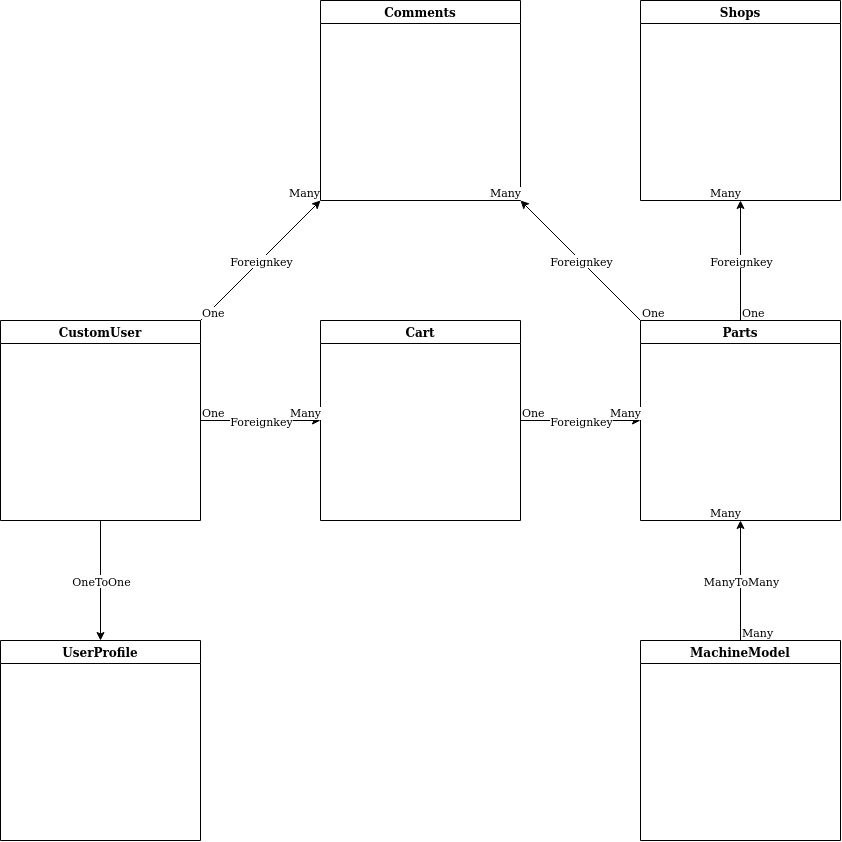
Before: docs/DataBaseGraph.drawio.png, a diagram exported from draw.io (OleksandrZhydyk/PartsOnlineStore). Source tidied: cells renumbered, new cells last; positions are measured from the earlier drawing's top-left corner, leaving out a move shared by most shapes.
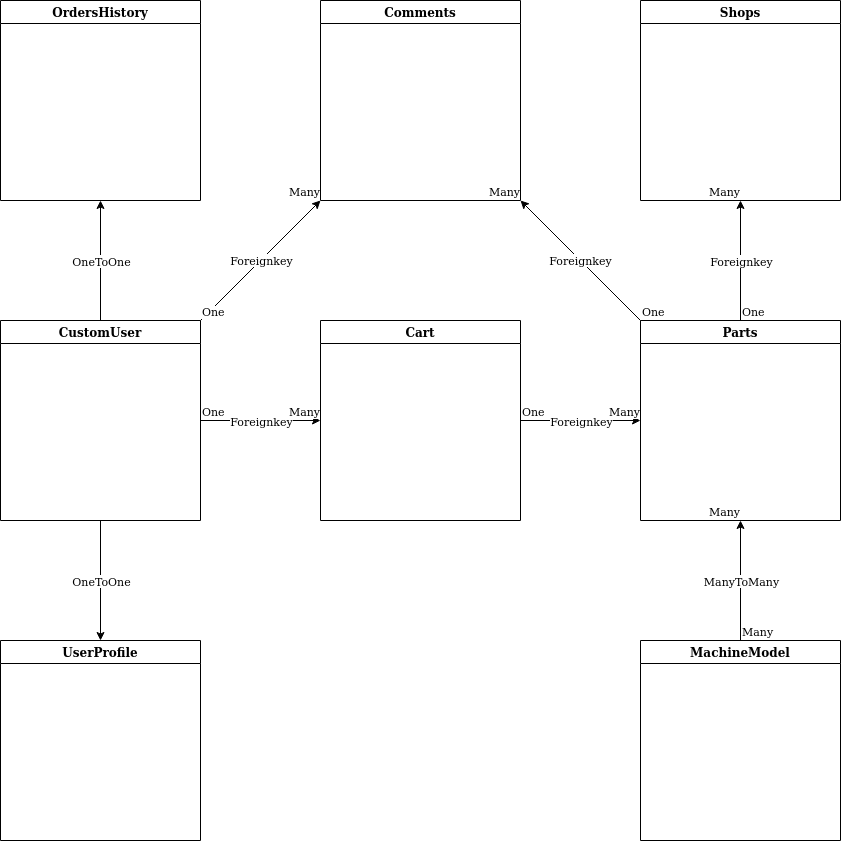
The same file after the commit.

Diff of the diagram source:
```diff
@@ -101,5 +101,14 @@
     <mxCell id="34" value="OneToOne" style="edgeLabel;html=1;align=center;verticalAlign=middle;" parent="33" vertex="1">
       <mxGeometry relative="1" as="geometry" />
     </mxCell>
+    <mxCell id="35" value="OrdersHistory" style="swimlane;" parent="1" vertex="1">
+      <mxGeometry width="200" height="200" as="geometry" />
+    </mxCell>
+    <mxCell id="36" style="endArrow=classic;html=1;rounded=0;entryX=0.5;entryY=1;entryDx=0;entryDy=0;exitX=0.5;exitY=0;exitDx=0;exitDy=0;" parent="1" edge="1" source="2" target="35">
+      <mxGeometry relative="1" as="geometry" />
+    </mxCell>
+    <mxCell id="37" value="OneToOne" style="edgeLabel;html=1;align=center;verticalAlign=middle;" parent="36" vertex="1">
+      <mxGeometry relative="1" as="geometry" />
+    </mxCell>
   </root>
 </mxGraphModel>
```
